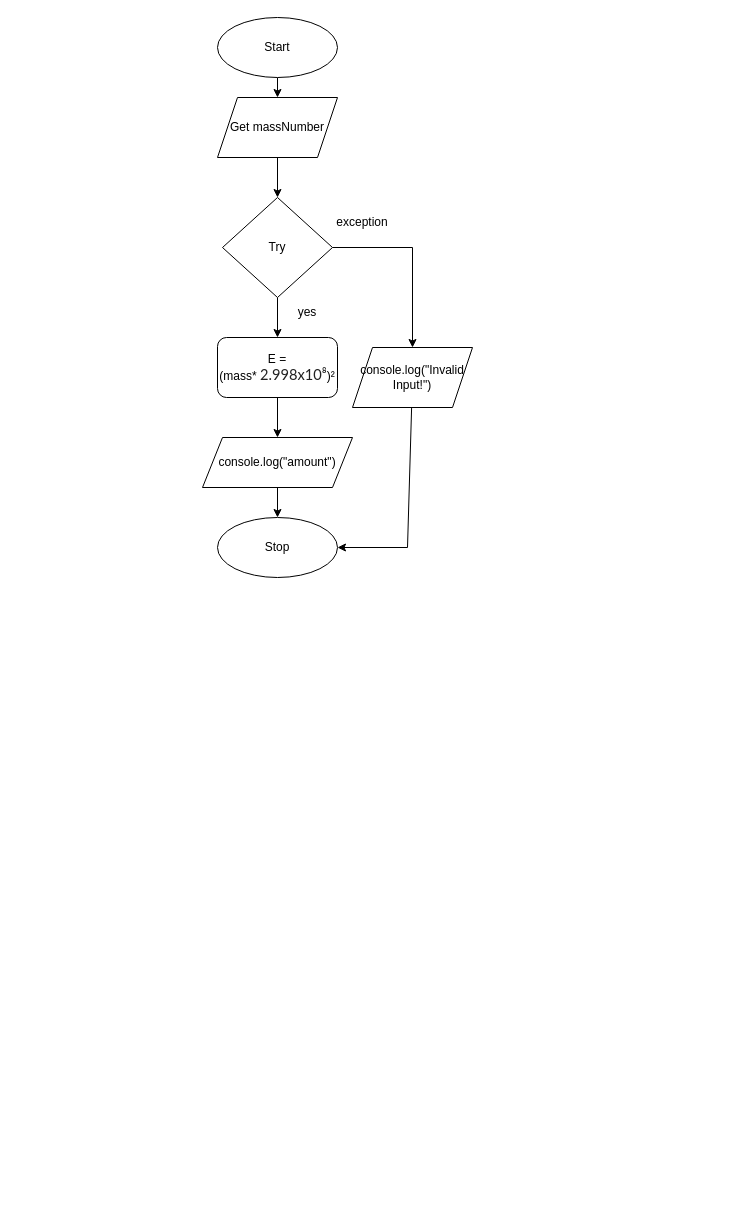
Before: Drawio/Flowchart.drawio in JacksonNaufal/ics4u-Assignment-1-typescript, a draw.io diagram. Source tidied: cells renumbered, new cells numbered last; positions are measured from the earlier drawing's top-left corner, leaving out a move shared by most shapes. Both pictures are drawn from the tidied source at 100%, with x=0, y=0 at pixel (202, 17).
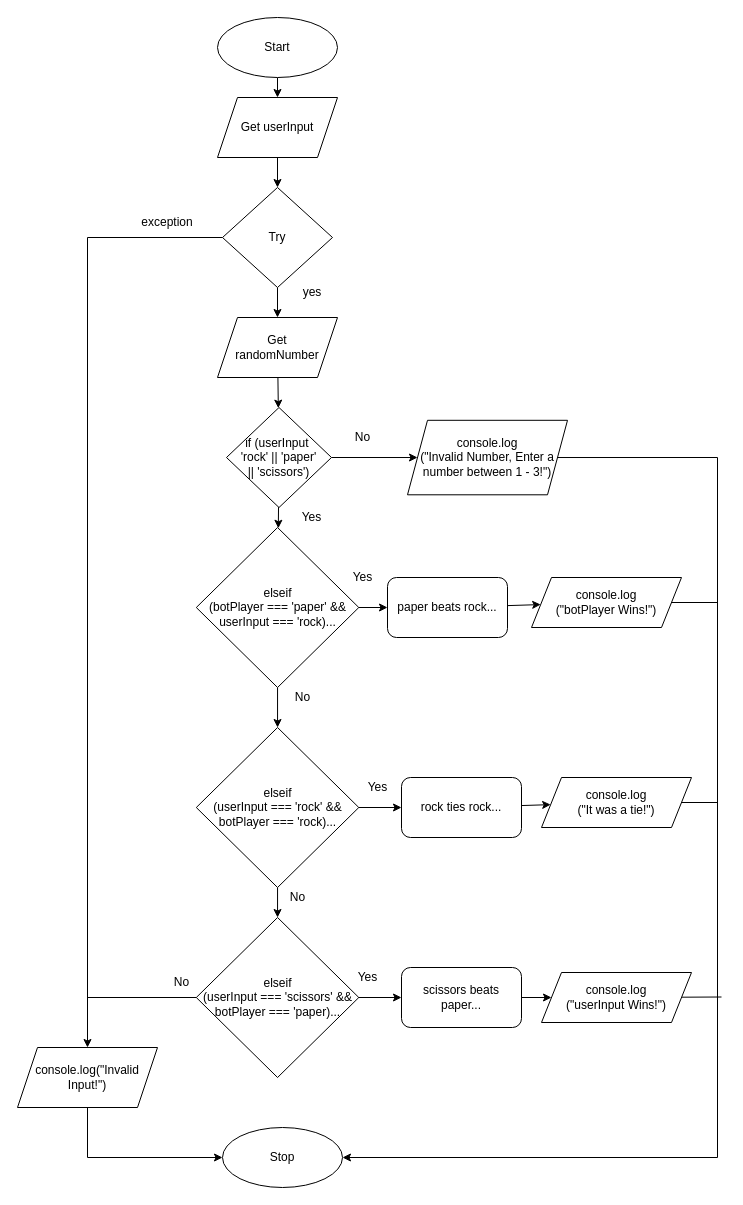
After the change.

What changed in the source:
```diff
@@
     <mxCell id="4" value="Stop" style="ellipse;whiteSpace=wrap;html=1;" parent="1" vertex="1">
-      <mxGeometry x="15" y="500" width="120" height="60" as="geometry" />
+      <mxGeometry x="20" y="1110" width="120" height="60" as="geometry" />
     </mxCell>
@@
-    <mxCell id="6" value="Get massNumber" style="shape=parallelogram;perimeter=parallelogramPerimeter;whiteSpace=wrap;html=1;fixedSize=1;" parent="1" vertex="1">
+    <mxCell id="6" value="Get userInput" style="shape=parallelogram;perimeter=parallelogramPerimeter;whiteSpace=wrap;html=1;fixedSize=1;" parent="1" vertex="1">
       <mxGeometry x="15" y="80" width="120" height="60" as="geometry" />
     </mxCell>
-    <mxCell id="7" style="edgeStyle=none;html=1;" parent="1" edge="1" source="8" target="4">
-      <mxGeometry relative="1" as="geometry" />
-    </mxCell>
+    <mxCell id="18" style="edgeStyle=none;rounded=0;html=1;fontSize=10;endArrow=none;endFill=0;" parent="1" edge="1" source="8">
+      <mxGeometry relative="1" as="geometry">
+        <mxPoint x="515" y="585" as="targetPoint" />
+      </mxGeometry>
+    </mxCell>
-    <mxCell id="8" value="console.log(&quot;amount&quot;)" style="shape=parallelogram;perimeter=parallelogramPerimeter;whiteSpace=wrap;html=1;fixedSize=1;" parent="1" vertex="1">
-      <mxGeometry y="420" width="150" height="50" as="geometry" />
+    <mxCell id="8" value="console.log&lt;br&gt;(&quot;botPlayer Wins!&quot;)" style="shape=parallelogram;perimeter=parallelogramPerimeter;whiteSpace=wrap;html=1;fixedSize=1;" parent="1" vertex="1">
+      <mxGeometry x="329" y="560" width="150" height="50" as="geometry" />
     </mxCell>
-    <mxCell id="9" style="edgeStyle=none;rounded=0;html=1;" parent="1" edge="1" source="11" target="14">
-      <mxGeometry relative="1" as="geometry" />
-    </mxCell>
     <mxCell id="10" style="edgeStyle=none;html=1;entryX=0.5;entryY=0;entryDx=0;entryDy=0;rounded=0;" parent="1" edge="1" source="11" target="17">
       <mxGeometry relative="1" as="geometry">
         <Array as="points">
-          <mxPoint x="210" y="230" />
+          <mxPoint x="-115" y="220" />
         </Array>
       </mxGeometry>
     </mxCell>
+    <mxCell id="19" style="edgeStyle=none;html=1;" parent="1" edge="1" source="11" target="21">
+      <mxGeometry relative="1" as="geometry" />
+    </mxCell>
     <mxCell id="11" value="Try" style="rhombus;whiteSpace=wrap;html=1;" parent="1" vertex="1">
-      <mxGeometry x="20" y="180" width="110" height="100" as="geometry" />
+      <mxGeometry x="20" y="170" width="110" height="100" as="geometry" />
     </mxCell>
     <mxCell id="12" value="exception" style="text;html=1;strokeColor=none;fillColor=none;align=center;verticalAlign=middle;whiteSpace=wrap;rounded=0;" parent="1" vertex="1">
-      <mxGeometry x="130" y="190" width="60" height="30" as="geometry" />
+      <mxGeometry x="-65" y="190" width="60" height="30" as="geometry" />
     </mxCell>
-    <mxCell id="13" style="edgeStyle=none;rounded=0;html=1;" parent="1" edge="1" source="14" target="8">
-      <mxGeometry relative="1" as="geometry" />
-    </mxCell>
-    <mxCell id="14" value="E = (mass*&amp;nbsp;&lt;span style=&quot;color: rgb(33 , 33 , 33) ; font-family: &amp;#34;lato&amp;#34; , sans-serif ; font-size: 14.6667px ; text-align: left&quot;&gt;2.998x10⁸&lt;/span&gt;)²" style="rounded=1;whiteSpace=wrap;html=1;" parent="1" vertex="1">
-      <mxGeometry x="15" y="320" width="120" height="60" as="geometry" />
-    </mxCell>
     <mxCell id="15" value="yes" style="text;html=1;strokeColor=none;fillColor=none;align=center;verticalAlign=middle;whiteSpace=wrap;rounded=0;" parent="1" vertex="1">
-      <mxGeometry x="75" y="280" width="60" height="30" as="geometry" />
+      <mxGeometry x="80" y="260" width="60" height="30" as="geometry" />
     </mxCell>
-    <mxCell id="16" style="edgeStyle=none;html=1;entryX=1;entryY=0.5;entryDx=0;entryDy=0;rounded=0;" parent="1" edge="1" source="17" target="4">
+    <mxCell id="16" style="edgeStyle=none;html=1;rounded=0;entryX=0;entryY=0.5;entryDx=0;entryDy=0;" parent="1" edge="1" source="17" target="4">
       <mxGeometry relative="1" as="geometry">
         <Array as="points">
-          <mxPoint x="205" y="530" />
+          <mxPoint x="-115" y="1140" />
         </Array>
       </mxGeometry>
     </mxCell>
     <mxCell id="17" value="console.log(&quot;Invalid Input!&quot;)" style="shape=parallelogram;perimeter=parallelogramPerimeter;whiteSpace=wrap;html=1;fixedSize=1;" parent="1" vertex="1">
-      <mxGeometry x="150" y="330" width="120" height="60" as="geometry" />
+      <mxGeometry x="-185" y="1030" width="140" height="60" as="geometry" />
     </mxCell>
+    <mxCell id="20" style="edgeStyle=none;html=1;" parent="1" edge="1" source="21" target="24">
+      <mxGeometry relative="1" as="geometry" />
+    </mxCell>
+    <mxCell id="21" value="Get &lt;br&gt;randomNumber" style="shape=parallelogram;perimeter=parallelogramPerimeter;whiteSpace=wrap;html=1;fixedSize=1;" parent="1" vertex="1">
+      <mxGeometry x="15" y="300" width="120" height="60" as="geometry" />
+    </mxCell>
+    <mxCell id="22" style="edgeStyle=none;html=1;" parent="1" edge="1" source="24" target="28">
+      <mxGeometry relative="1" as="geometry" />
+    </mxCell>
+    <mxCell id="23" style="edgeStyle=none;rounded=0;html=1;fontSize=10;" parent="1" edge="1" source="24" target="38">
+      <mxGeometry relative="1" as="geometry" />
+    </mxCell>
+    <mxCell id="24" value="if (userInput&amp;nbsp; &lt;br&gt;'rock' || 'paper'&lt;br&gt;|| 'scissors')" style="rhombus;whiteSpace=wrap;html=1;" parent="1" vertex="1">
+      <mxGeometry x="24" y="390" width="105" height="100" as="geometry" />
+    </mxCell>
+    <mxCell id="25" style="edgeStyle=none;rounded=0;html=1;fontSize=10;endArrow=classic;endFill=1;" parent="1" edge="1" target="44">
+      <mxGeometry relative="1" as="geometry">
+        <mxPoint x="134" y="980" as="sourcePoint" />
+      </mxGeometry>
+    </mxCell>
+    <mxCell id="26" style="edgeStyle=none;rounded=0;html=1;fontSize=10;endArrow=classic;endFill=1;" parent="1" edge="1" source="28" target="40">
+      <mxGeometry relative="1" as="geometry" />
+    </mxCell>
+    <mxCell id="27" style="edgeStyle=none;html=1;" parent="1" edge="1" source="28" target="50">
+      <mxGeometry relative="1" as="geometry" />
+    </mxCell>
+    <mxCell id="28" value="elseif&lt;br&gt;(botPlayer === 'paper' &amp;amp;&amp;amp; userInput === 'rock)..." style="rhombus;whiteSpace=wrap;html=1;" parent="1" vertex="1">
+      <mxGeometry x="-6.2" y="510" width="162.5" height="160" as="geometry" />
+    </mxCell>
+    <mxCell id="29" value="&lt;font style=&quot;font-size: 12px&quot;&gt;Yes&lt;/font&gt;" style="text;html=1;align=center;verticalAlign=middle;strokeColor=none;fillColor=none;fontSize=10;" parent="1" vertex="1">
+      <mxGeometry x="89" y="490" width="40" height="20" as="geometry" />
+    </mxCell>
+    <mxCell id="30" value="&lt;font style=&quot;font-size: 12px&quot;&gt;Yes&lt;/font&gt;" style="text;html=1;align=center;verticalAlign=middle;strokeColor=none;fillColor=none;fontSize=10;" parent="1" vertex="1">
+      <mxGeometry x="140" y="550" width="40" height="20" as="geometry" />
+    </mxCell>
+    <mxCell id="31" value="&lt;font style=&quot;font-size: 12px&quot;&gt;Yes&lt;/font&gt;" style="text;html=1;align=center;verticalAlign=middle;strokeColor=none;fillColor=none;fontSize=10;" parent="1" vertex="1">
+      <mxGeometry x="145" y="950" width="40" height="20" as="geometry" />
+    </mxCell>
+    <mxCell id="32" value="&lt;font style=&quot;font-size: 12px&quot;&gt;No&lt;/font&gt;" style="text;html=1;align=center;verticalAlign=middle;strokeColor=none;fillColor=none;fontSize=10;" parent="1" vertex="1">
+      <mxGeometry x="85" y="670" width="30" height="20" as="geometry" />
+    </mxCell>
+    <mxCell id="33" value="&lt;font style=&quot;font-size: 12px&quot;&gt;No&lt;/font&gt;" style="text;html=1;align=center;verticalAlign=middle;strokeColor=none;fillColor=none;fontSize=10;" parent="1" vertex="1">
+      <mxGeometry x="80" y="870" width="30" height="20" as="geometry" />
+    </mxCell>
+    <mxCell id="34" value="&lt;font style=&quot;font-size: 12px&quot;&gt;No&lt;/font&gt;" style="text;html=1;align=center;verticalAlign=middle;strokeColor=none;fillColor=none;fontSize=10;" parent="1" vertex="1">
+      <mxGeometry x="-36.2" y="955" width="30" height="20" as="geometry" />
+    </mxCell>
+    <mxCell id="35" style="edgeStyle=none;rounded=0;html=1;fontSize=10;endArrow=none;endFill=0;" parent="1" edge="1" source="36">
+      <mxGeometry relative="1" as="geometry">
+        <mxPoint x="515" y="785" as="targetPoint" />
+      </mxGeometry>
+    </mxCell>
+    <mxCell id="36" value="console.log&lt;br&gt;(&quot;It was a tie!&quot;)" style="shape=parallelogram;perimeter=parallelogramPerimeter;whiteSpace=wrap;html=1;fixedSize=1;" parent="1" vertex="1">
+      <mxGeometry x="339" y="760" width="150" height="50" as="geometry" />
+    </mxCell>
+    <mxCell id="37" style="edgeStyle=none;rounded=0;html=1;entryX=1;entryY=0.5;entryDx=0;entryDy=0;fontSize=10;" parent="1" edge="1" source="38" target="4">
+      <mxGeometry relative="1" as="geometry">
+        <Array as="points">
+          <mxPoint x="515" y="440" />
+          <mxPoint x="515" y="1140" />
+        </Array>
+      </mxGeometry>
+    </mxCell>
+    <mxCell id="38" value="console.log&lt;br&gt;(&quot;Invalid Number, Enter a number between 1 - 3!&quot;)" style="shape=parallelogram;perimeter=parallelogramPerimeter;whiteSpace=wrap;html=1;fixedSize=1;" parent="1" vertex="1">
+      <mxGeometry x="205" y="402.8" width="160" height="74.5" as="geometry" />
+    </mxCell>
+    <mxCell id="39" style="edgeStyle=none;rounded=0;html=1;fontSize=10;endArrow=classic;endFill=1;" parent="1" edge="1" source="40" target="8">
+      <mxGeometry relative="1" as="geometry" />
+    </mxCell>
+    <mxCell id="40" value="paper beats rock..." style="rounded=1;whiteSpace=wrap;html=1;" parent="1" vertex="1">
+      <mxGeometry x="185" y="560" width="120" height="60" as="geometry" />
+    </mxCell>
+    <mxCell id="41" style="edgeStyle=none;rounded=0;html=1;fontSize=10;endArrow=classic;endFill=1;" parent="1" edge="1" source="42" target="36">
+      <mxGeometry relative="1" as="geometry" />
+    </mxCell>
+    <mxCell id="42" value="rock ties rock..." style="rounded=1;whiteSpace=wrap;html=1;" parent="1" vertex="1">
+      <mxGeometry x="199" y="760" width="120" height="60" as="geometry" />
+    </mxCell>
+    <mxCell id="43" style="edgeStyle=none;rounded=0;html=1;fontSize=10;endArrow=classic;endFill=1;" parent="1" edge="1" source="44" target="46">
+      <mxGeometry relative="1" as="geometry" />
+    </mxCell>
+    <mxCell id="44" value="scissors beats paper..." style="rounded=1;whiteSpace=wrap;html=1;" parent="1" vertex="1">
+      <mxGeometry x="199" y="950" width="120" height="60" as="geometry" />
+    </mxCell>
+    <mxCell id="45" style="edgeStyle=none;rounded=0;html=1;fontSize=10;endArrow=none;endFill=0;" parent="1" edge="1" source="46">
+      <mxGeometry relative="1" as="geometry">
+        <mxPoint x="519" y="979.5" as="targetPoint" />
+      </mxGeometry>
+    </mxCell>
+    <mxCell id="46" value="console.log&lt;br&gt;(&quot;userInput Wins!&quot;)" style="shape=parallelogram;perimeter=parallelogramPerimeter;whiteSpace=wrap;html=1;fixedSize=1;" parent="1" vertex="1">
+      <mxGeometry x="339" y="955" width="150" height="50" as="geometry" />
+    </mxCell>
+    <mxCell id="47" value="&lt;span style=&quot;font-size: 12px&quot;&gt;No&lt;/span&gt;" style="text;html=1;align=center;verticalAlign=middle;strokeColor=none;fillColor=none;fontSize=10;" parent="1" vertex="1">
+      <mxGeometry x="145" y="410" width="30" height="20" as="geometry" />
+    </mxCell>
+    <mxCell id="48" style="edgeStyle=none;html=1;" parent="1" edge="1" source="50" target="52">
+      <mxGeometry relative="1" as="geometry" />
+    </mxCell>
+    <mxCell id="49" style="edgeStyle=none;html=1;entryX=0;entryY=0.5;entryDx=0;entryDy=0;" parent="1" edge="1" source="50" target="42">
+      <mxGeometry relative="1" as="geometry" />
+    </mxCell>
+    <mxCell id="50" value="elseif&lt;br&gt;(userInput === 'rock' &amp;amp;&amp;amp; botPlayer === 'rock)..." style="rhombus;whiteSpace=wrap;html=1;" parent="1" vertex="1">
+      <mxGeometry x="-6.2" y="710" width="162.5" height="160" as="geometry" />
+    </mxCell>
+    <mxCell id="51" style="edgeStyle=none;html=1;endArrow=none;endFill=0;" parent="1" edge="1" source="52">
+      <mxGeometry relative="1" as="geometry">
+        <mxPoint x="-115" y="980" as="targetPoint" />
+      </mxGeometry>
+    </mxCell>
+    <mxCell id="52" value="elseif&lt;br&gt;(userInput === 'scissors' &amp;amp;&amp;amp; botPlayer === 'paper)..." style="rhombus;whiteSpace=wrap;html=1;" parent="1" vertex="1">
+      <mxGeometry x="-6.2" y="900" width="162.5" height="160" as="geometry" />
+    </mxCell>
+    <mxCell id="53" value="&lt;font style=&quot;font-size: 12px&quot;&gt;Yes&lt;/font&gt;" style="text;html=1;align=center;verticalAlign=middle;strokeColor=none;fillColor=none;fontSize=10;" parent="1" vertex="1">
+      <mxGeometry x="155" y="760" width="40" height="20" as="geometry" />
+    </mxCell>
```
